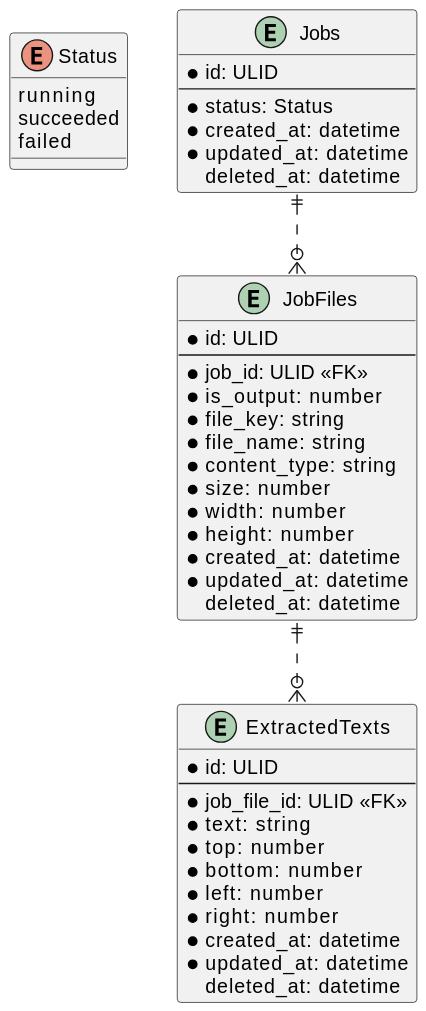
ijufumi/google-vision-sample keeps this PlantUML diagram as docs/tables.svg. Above is the earlier version.
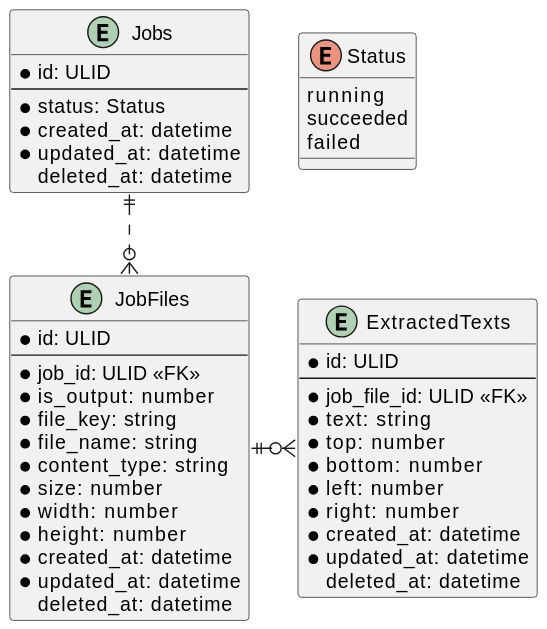
The same diagram one commit later.

Diff of the diagram source:
```diff
@@ -45,5 +45,5 @@
 }
 
 Jobs ||..o{ JobFiles
-JobFiles ||..o{ ExtractedTexts
+JobFiles ||..ro{ ExtractedTexts
 @enduml
```
